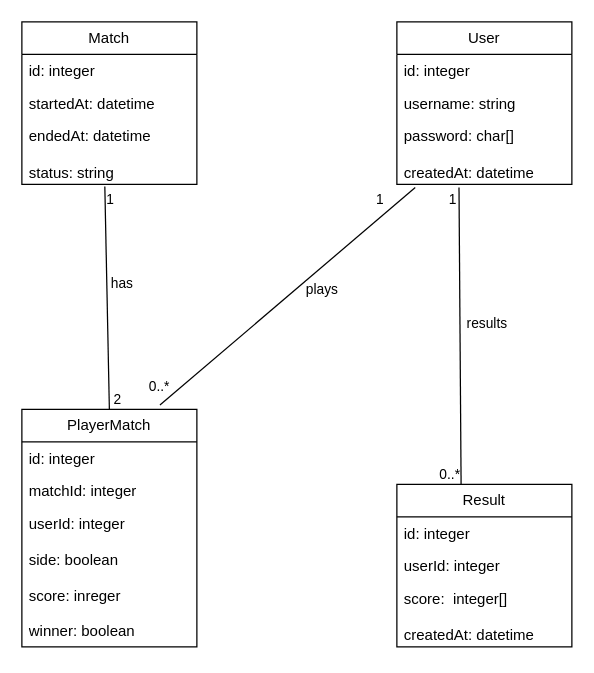
Earlier version of the draw.io diagram EA/UML-Klassendiagramm.drawio (talal/Pong). Source tidied: cells renumbered, new cells numbered last; positions are measured from the earlier drawing's top-left corner, leaving out a move shared by most shapes. Both pictures are drawn from the tidied source at 125%, with x=0, y=0 at pixel (21, 21).
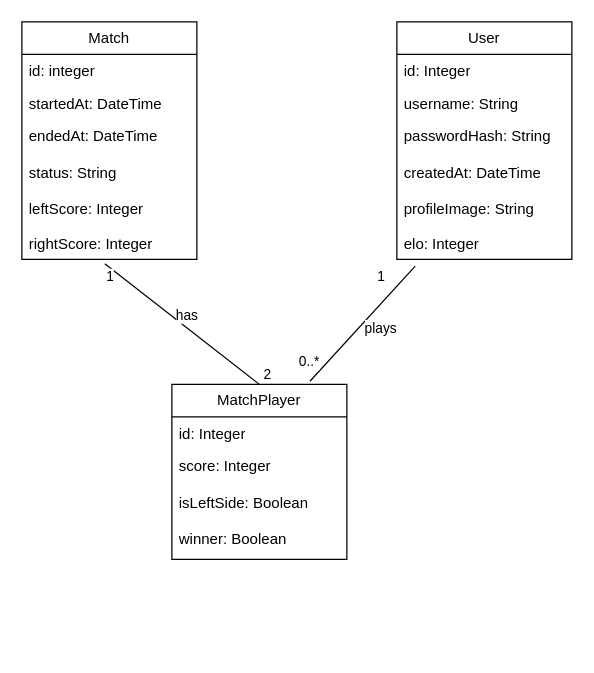
The same page after the edit.

Diff of the diagram source:
```diff
@@
-    <mxCell id="2" value="Result" style="swimlane;fontStyle=0;horizontal=1;startSize=26;fillColor=none;whiteSpace=wrap;html=1;" parent="1" vertex="1">
-      <mxGeometry x="300" y="370" width="140" height="130" as="geometry" />
-    </mxCell>
-    <mxCell id="3" value="id: integer" style="text;strokeColor=none;fillColor=none;align=left;verticalAlign=top;spacingLeft=4;spacingRight=4;overflow=hidden;whiteSpace=wrap;html=1;" parent="2" vertex="1">
-      <mxGeometry y="26" width="140" height="26" as="geometry" />
-    </mxCell>
-    <mxCell id="4" value="userId: integer" style="text;strokeColor=none;fillColor=none;align=left;verticalAlign=top;spacingLeft=4;spacingRight=4;overflow=hidden;whiteSpace=wrap;html=1;" parent="2" vertex="1">
-      <mxGeometry y="52" width="140" height="26" as="geometry" />
-    </mxCell>
-    <mxCell id="5" value="score:&amp;nbsp; integer[]&lt;div&gt;&lt;br&gt;&lt;/div&gt;&lt;div&gt;createdAt: datetime&lt;/div&gt;" style="text;strokeColor=none;fillColor=none;align=left;verticalAlign=top;spacingLeft=4;spacingRight=4;overflow=hidden;whiteSpace=wrap;html=1;" parent="2" vertex="1">
-      <mxGeometry y="78" width="140" height="52" as="geometry" />
-    </mxCell>
-    <mxCell id="6" value="PlayerMatch" style="swimlane;fontStyle=0;horizontal=1;startSize=26;fillColor=none;whiteSpace=wrap;html=1;" parent="1" vertex="1">
-      <mxGeometry y="310" width="140" height="190" as="geometry" />
+    <mxCell id="6" value="MatchPlayer" style="swimlane;fontStyle=0;horizontal=1;startSize=26;fillColor=none;whiteSpace=wrap;html=1;" parent="1" vertex="1">
+      <mxGeometry x="120" y="290" width="140" height="140" as="geometry" />
     </mxCell>
-    <mxCell id="7" value="id: integer&lt;div&gt;&lt;br&gt;&lt;/div&gt;" style="text;strokeColor=none;fillColor=none;align=left;verticalAlign=top;spacingLeft=4;spacingRight=4;overflow=hidden;whiteSpace=wrap;html=1;" parent="6" vertex="1">
+    <mxCell id="7" value="id: Integer&lt;div&gt;&lt;br&gt;&lt;/div&gt;" style="text;strokeColor=none;fillColor=none;align=left;verticalAlign=top;spacingLeft=4;spacingRight=4;overflow=hidden;whiteSpace=wrap;html=1;" parent="6" vertex="1">
       <mxGeometry y="26" width="140" height="26" as="geometry" />
     </mxCell>
-    <mxCell id="8" value="matchId: integer" style="text;strokeColor=none;fillColor=none;align=left;verticalAlign=top;spacingLeft=4;spacingRight=4;overflow=hidden;whiteSpace=wrap;html=1;" parent="6" vertex="1">
-      <mxGeometry y="52" width="140" height="26" as="geometry" />
-    </mxCell>
-    <mxCell id="9" value="userId: integer&lt;div&gt;&lt;br&gt;&lt;/div&gt;&lt;div&gt;side: boolean&lt;/div&gt;&lt;div&gt;&lt;br&gt;&lt;/div&gt;&lt;div&gt;score: inreger&lt;/div&gt;&lt;div&gt;&lt;br&gt;&lt;/div&gt;&lt;div&gt;winner: boolean&lt;/div&gt;" style="text;strokeColor=none;fillColor=none;align=left;verticalAlign=top;spacingLeft=4;spacingRight=4;overflow=hidden;whiteSpace=wrap;html=1;" parent="6" vertex="1">
-      <mxGeometry y="78" width="140" height="112" as="geometry" />
+    <mxCell id="9" value="&lt;div&gt;&lt;span style=&quot;background-color: transparent; color: light-dark(rgb(0, 0, 0), rgb(255, 255, 255));&quot;&gt;score: Integer&lt;/span&gt;&lt;/div&gt;&lt;div&gt;&lt;span style=&quot;background-color: transparent; color: light-dark(rgb(0, 0, 0), rgb(255, 255, 255));&quot;&gt;&lt;br&gt;&lt;/span&gt;&lt;/div&gt;&lt;div&gt;&lt;div&gt;&lt;span style=&quot;background-color: transparent; color: light-dark(rgb(0, 0, 0), rgb(255, 255, 255));&quot;&gt;isLeftSide: Boolean&lt;/span&gt;&lt;/div&gt;&lt;/div&gt;&lt;div&gt;&lt;br&gt;&lt;/div&gt;&lt;div&gt;winner: Boolean&lt;/div&gt;" style="text;strokeColor=none;fillColor=none;align=left;verticalAlign=top;spacingLeft=4;spacingRight=4;overflow=hidden;whiteSpace=wrap;html=1;" parent="6" vertex="1">
+      <mxGeometry y="52" width="140" height="88" as="geometry" />
     </mxCell>
-    <mxCell id="10" style="endArrow=none;html=1;rounded=0;exitX=0.355;exitY=1.048;exitDx=0;exitDy=0;exitPerimeter=0;entryX=0.367;entryY=0;entryDx=0;entryDy=0;entryPerimeter=0;" parent="1" edge="1" source="29" target="2">
-      <mxGeometry relative="1" as="geometry" />
-    </mxCell>
-    <mxCell id="11" value="1" style="edgeLabel;html=1;align=left;verticalAlign=bottom;" parent="10" vertex="1">
-      <mxGeometry x="-1" relative="1" as="geometry">
-        <mxPoint x="-10" y="18" as="offset" />
-      </mxGeometry>
-    </mxCell>
-    <mxCell id="12" value="0..*" style="edgeLabel;html=1;align=right;verticalAlign=bottom;" parent="10" vertex="1">
-      <mxGeometry x="1" relative="1" as="geometry" />
-    </mxCell>
-    <mxCell id="13" value="results&lt;div&gt;&lt;br&gt;&lt;/div&gt;" style="edgeLabel;html=1;align=center;verticalAlign=middle;" parent="10" vertex="1">
-      <mxGeometry x="-0.12" y="2" relative="1" as="geometry">
-        <mxPoint x="19" y="10" as="offset" />
-      </mxGeometry>
-    </mxCell>
@@
     <mxCell id="22" value="Match" style="swimlane;fontStyle=0;horizontal=1;startSize=26;fillColor=none;whiteSpace=wrap;html=1;" parent="1" vertex="1">
-      <mxGeometry width="140" height="130" as="geometry" />
+      <mxGeometry width="140" height="190" as="geometry" />
     </mxCell>
@@
-    <mxCell id="24" value="startedAt: datetime" style="text;strokeColor=none;fillColor=none;align=left;verticalAlign=top;spacingLeft=4;spacingRight=4;overflow=hidden;whiteSpace=wrap;html=1;" parent="22" vertex="1">
+    <mxCell id="24" value="startedAt: DateTime" style="text;strokeColor=none;fillColor=none;align=left;verticalAlign=top;spacingLeft=4;spacingRight=4;overflow=hidden;whiteSpace=wrap;html=1;" parent="22" vertex="1">
       <mxGeometry y="52" width="140" height="26" as="geometry" />
     </mxCell>
-    <mxCell id="25" value="endedAt: datetime&lt;div&gt;&lt;br&gt;&lt;/div&gt;&lt;div&gt;status: string&lt;/div&gt;&lt;div&gt;&lt;br&gt;&lt;/div&gt;" style="text;strokeColor=none;fillColor=none;align=left;verticalAlign=top;spacingLeft=4;spacingRight=4;overflow=hidden;points=[[0,0.5],[1,0.5]];portConstraint=eastwest;whiteSpace=wrap;html=1;" parent="22" vertex="1">
-      <mxGeometry y="78" width="140" height="52" as="geometry" />
+    <mxCell id="25" value="endedAt: DateTime&lt;div&gt;&lt;br&gt;&lt;/div&gt;&lt;div&gt;status: String&lt;/div&gt;&lt;div&gt;&lt;br&gt;&lt;/div&gt;&lt;div&gt;leftScore: Integer&lt;/div&gt;&lt;div&gt;&lt;br&gt;&lt;/div&gt;&lt;div&gt;rightScore: Integer&lt;/div&gt;&lt;div&gt;&lt;br&gt;&lt;/div&gt;" style="text;strokeColor=none;fillColor=none;align=left;verticalAlign=top;spacingLeft=4;spacingRight=4;overflow=hidden;points=[[0,0.5],[1,0.5]];portConstraint=eastwest;whiteSpace=wrap;html=1;" parent="22" vertex="1">
+      <mxGeometry y="78" width="140" height="112" as="geometry" />
     </mxCell>
     <mxCell id="26" value="User" style="swimlane;fontStyle=0;horizontal=1;startSize=26;fillColor=none;whiteSpace=wrap;html=1;" parent="1" vertex="1">
-      <mxGeometry x="300" width="140" height="130" as="geometry" />
+      <mxGeometry x="300" width="140" height="190" as="geometry" />
     </mxCell>
-    <mxCell id="27" value="id: integer&lt;div&gt;&lt;br&gt;&lt;/div&gt;" style="text;strokeColor=none;fillColor=none;align=left;verticalAlign=top;spacingLeft=4;spacingRight=4;overflow=hidden;whiteSpace=wrap;html=1;" parent="26" vertex="1">
+    <mxCell id="27" value="id: Integer&lt;div&gt;&lt;br&gt;&lt;/div&gt;" style="text;strokeColor=none;fillColor=none;align=left;verticalAlign=top;spacingLeft=4;spacingRight=4;overflow=hidden;whiteSpace=wrap;html=1;" parent="26" vertex="1">
       <mxGeometry y="26" width="140" height="26" as="geometry" />
     </mxCell>
-    <mxCell id="28" value="username: string" style="text;strokeColor=none;fillColor=none;align=left;verticalAlign=top;spacingLeft=4;spacingRight=4;overflow=hidden;whiteSpace=wrap;html=1;" parent="26" vertex="1">
+    <mxCell id="28" value="username: String" style="text;strokeColor=none;fillColor=none;align=left;verticalAlign=top;spacingLeft=4;spacingRight=4;overflow=hidden;whiteSpace=wrap;html=1;" parent="26" vertex="1">
       <mxGeometry y="52" width="140" height="26" as="geometry" />
     </mxCell>
-    <mxCell id="29" value="password: char[]&lt;div&gt;&lt;br&gt;&lt;/div&gt;&lt;div&gt;createdAt: datetime&lt;/div&gt;" style="text;strokeColor=none;fillColor=none;align=left;verticalAlign=top;spacingLeft=4;spacingRight=4;overflow=hidden;points=[[0,0.5],[1,0.5]];portConstraint=eastwest;whiteSpace=wrap;html=1;" parent="26" vertex="1">
-      <mxGeometry y="78" width="140" height="52" as="geometry" />
+    <mxCell id="29" value="passwordHash: String&lt;div&gt;&lt;br&gt;&lt;/div&gt;&lt;div&gt;createdAt: DateTime&lt;/div&gt;&lt;div&gt;&lt;br&gt;&lt;/div&gt;&lt;div&gt;profileImage: String&lt;/div&gt;&lt;div&gt;&lt;br&gt;&lt;/div&gt;&lt;div&gt;elo: Integer&lt;/div&gt;&lt;div&gt;&lt;br&gt;&lt;/div&gt;" style="text;strokeColor=none;fillColor=none;align=left;verticalAlign=top;spacingLeft=4;spacingRight=4;overflow=hidden;points=[[0,0.5],[1,0.5]];portConstraint=eastwest;whiteSpace=wrap;html=1;" parent="26" vertex="1">
+      <mxGeometry y="78" width="140" height="112" as="geometry" />
     </mxCell>
```
